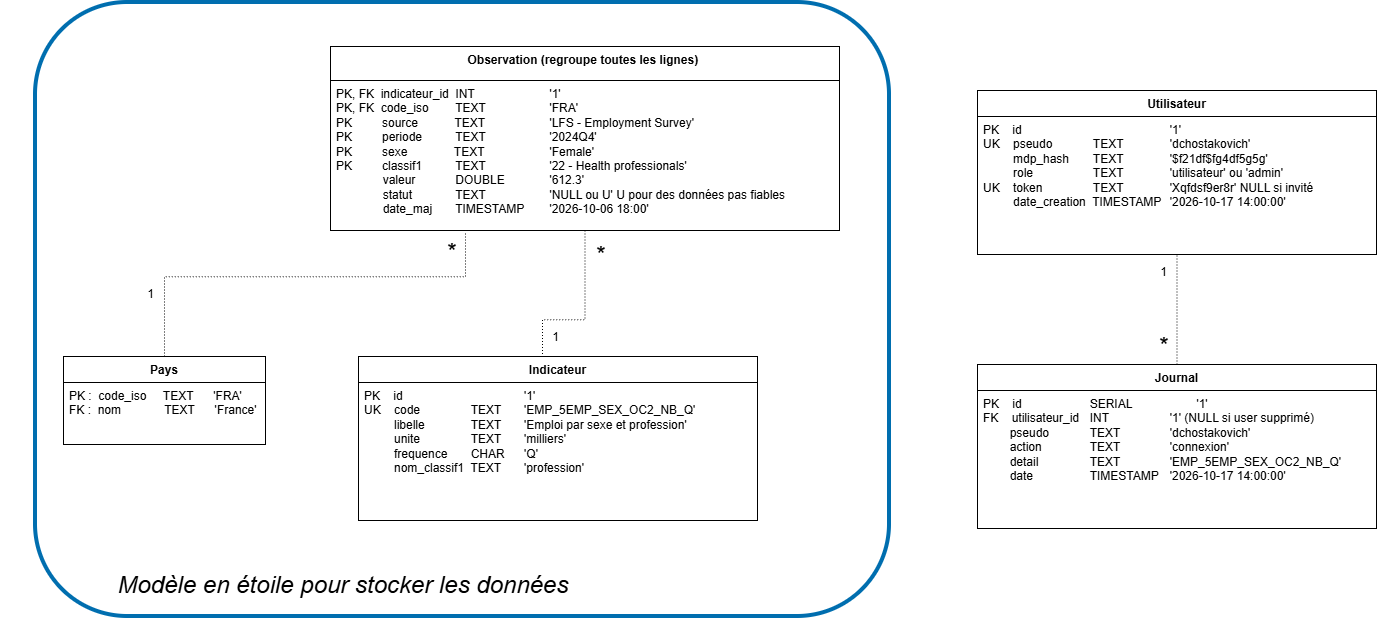
This is doc/images/schema_bdd.png from ClarenceCV/Projet-Info-2A-grp-17, a draw.io export, as it was before one commit. Source tidied: cells renumbered, new cells last; positions are measured from the earlier drawing's top-left corner, leaving out a move shared by most shapes.
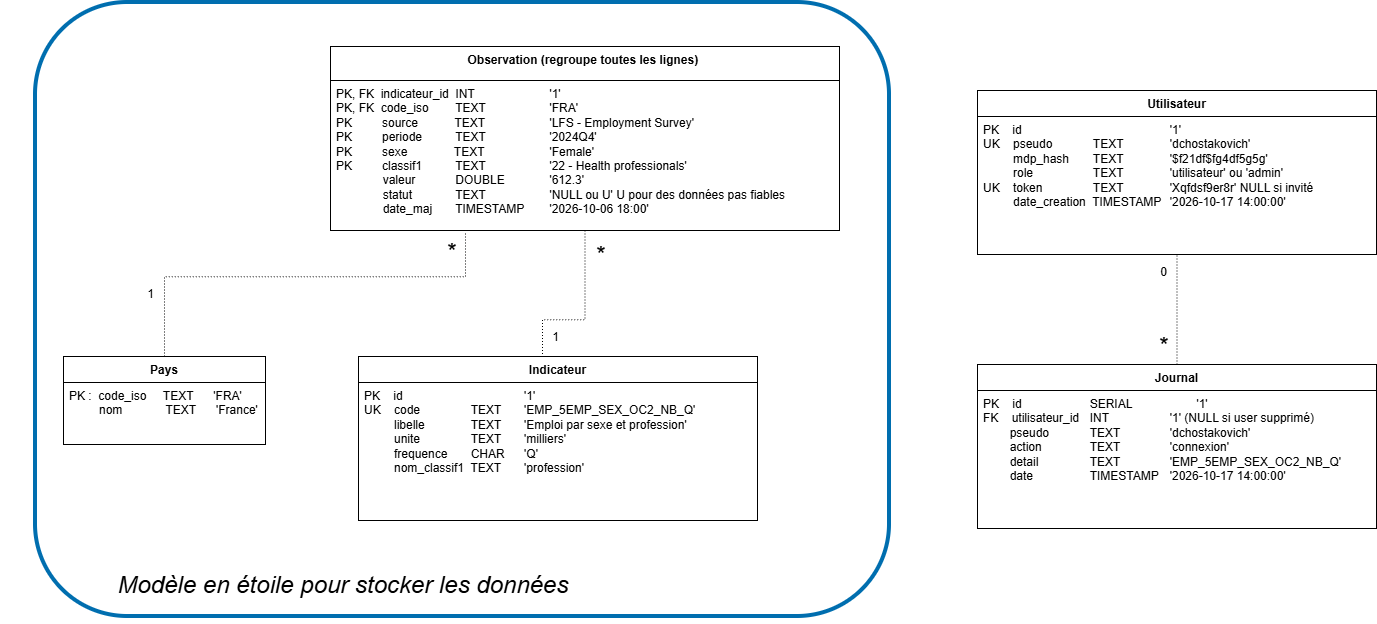
After the change.

Change to the diagram source:
```diff
@@ -14,7 +14,7 @@
     <mxCell id="5" value="Pays" style="swimlane;fontStyle=1;align=center;verticalAlign=top;horizontal=1;startSize=26;whiteSpace=wrap;html=1;" parent="1" vertex="1">
       <mxGeometry x="63" y="354" width="202" height="88" as="geometry" />
     </mxCell>
-    <mxCell id="6" value="&lt;div&gt;PK :&amp;nbsp; code_iso&amp;nbsp; &amp;nbsp; &amp;nbsp;TEXT&amp;nbsp; &amp;nbsp; &amp;nbsp; 'FRA'&lt;/div&gt;&lt;div&gt;FK :&amp;nbsp; nom&amp;nbsp; &amp;nbsp; &amp;nbsp; &amp;nbsp; &amp;nbsp; &amp;nbsp; &amp;nbsp;TEXT&amp;nbsp; &amp;nbsp; &amp;nbsp; 'France'&lt;br&gt;&lt;/div&gt;" style="text;strokeColor=none;fillColor=none;align=left;verticalAlign=top;spacingLeft=4;spacingRight=4;overflow=hidden;whiteSpace=wrap;html=1;" parent="5" vertex="1">
+    <mxCell id="6" value="&lt;div&gt;PK :&amp;nbsp; code_iso&amp;nbsp; &amp;nbsp; &amp;nbsp;TEXT&amp;nbsp; &amp;nbsp; &amp;nbsp; 'FRA'&lt;/div&gt;&lt;div&gt;&amp;nbsp; &amp;nbsp; &amp;nbsp; &amp;nbsp; &amp;nbsp;nom&amp;nbsp; &amp;nbsp; &amp;nbsp; &amp;nbsp; &amp;nbsp; &amp;nbsp; &amp;nbsp;TEXT&amp;nbsp; &amp;nbsp; &amp;nbsp; 'France'&lt;br&gt;&lt;/div&gt;" style="text;strokeColor=none;fillColor=none;align=left;verticalAlign=top;spacingLeft=4;spacingRight=4;overflow=hidden;whiteSpace=wrap;html=1;" parent="5" vertex="1">
       <mxGeometry y="26" width="202" height="62" as="geometry" />
     </mxCell>
     <mxCell id="7" value="Indicateur" style="swimlane;fontStyle=1;align=center;verticalAlign=top;horizontal=1;startSize=26;whiteSpace=wrap;html=1;" parent="1" vertex="1">
@@ -41,7 +41,7 @@
     <mxCell id="14" style="endArrow=none;html=1;rounded=0;dashed=1;dashPattern=1 2;exitX=0.5;exitY=0;exitDx=0;exitDy=0;entryX=0.5;entryY=1;entryDx=0;entryDy=0;" parent="1" edge="1" source="11" target="9">
       <mxGeometry relative="1" as="geometry" />
     </mxCell>
-    <mxCell id="15" value="1" style="html=1;whiteSpace=wrap;align=right;verticalAlign=bottom;" parent="14" vertex="1">
+    <mxCell id="15" value="0" style="html=1;whiteSpace=wrap;align=right;verticalAlign=bottom;" parent="14" vertex="1">
       <mxGeometry x="1" relative="1" as="geometry">
         <mxPoint x="-9" y="26" as="offset" />
       </mxGeometry>
```
